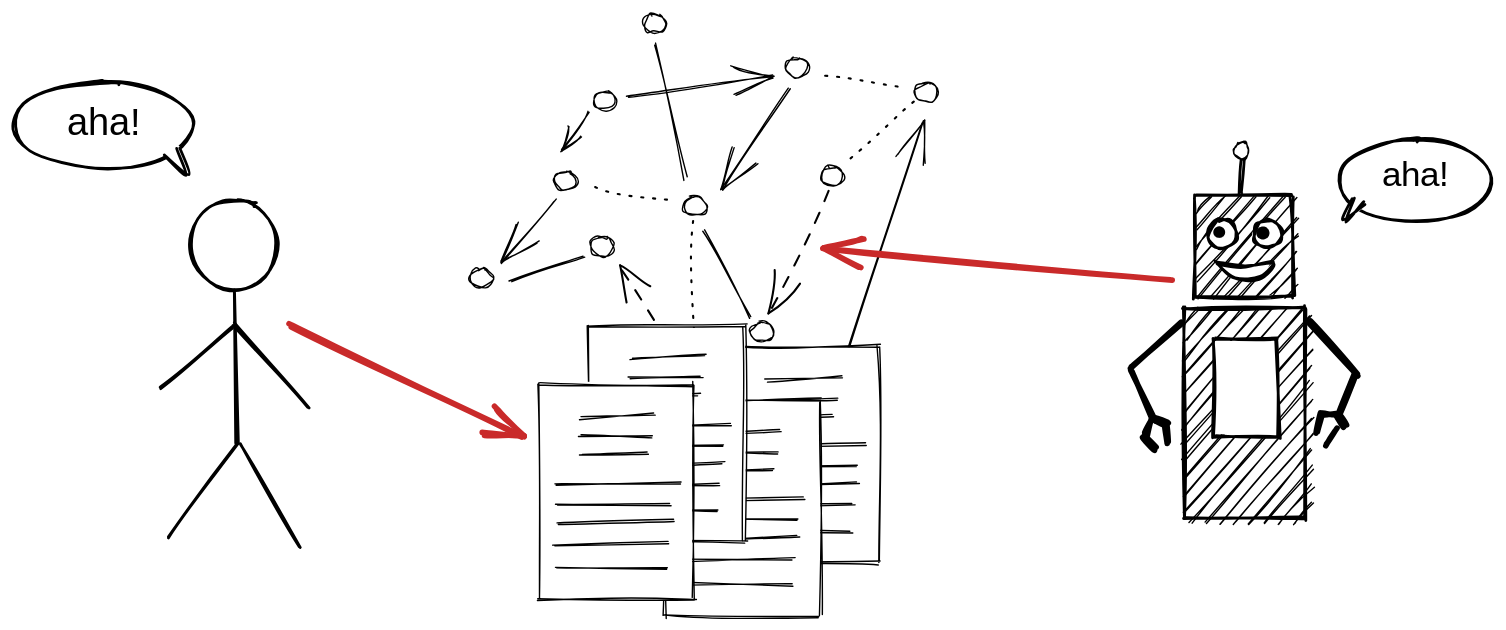
This is person-articles-bot.svg from knowledgepixels/images, a Excalidraw export, as it was before one commit. Source tidied: one line per element, renumbered; positions are measured from the earlier drawing's top-left corner, leaving out a move shared by most shapes.
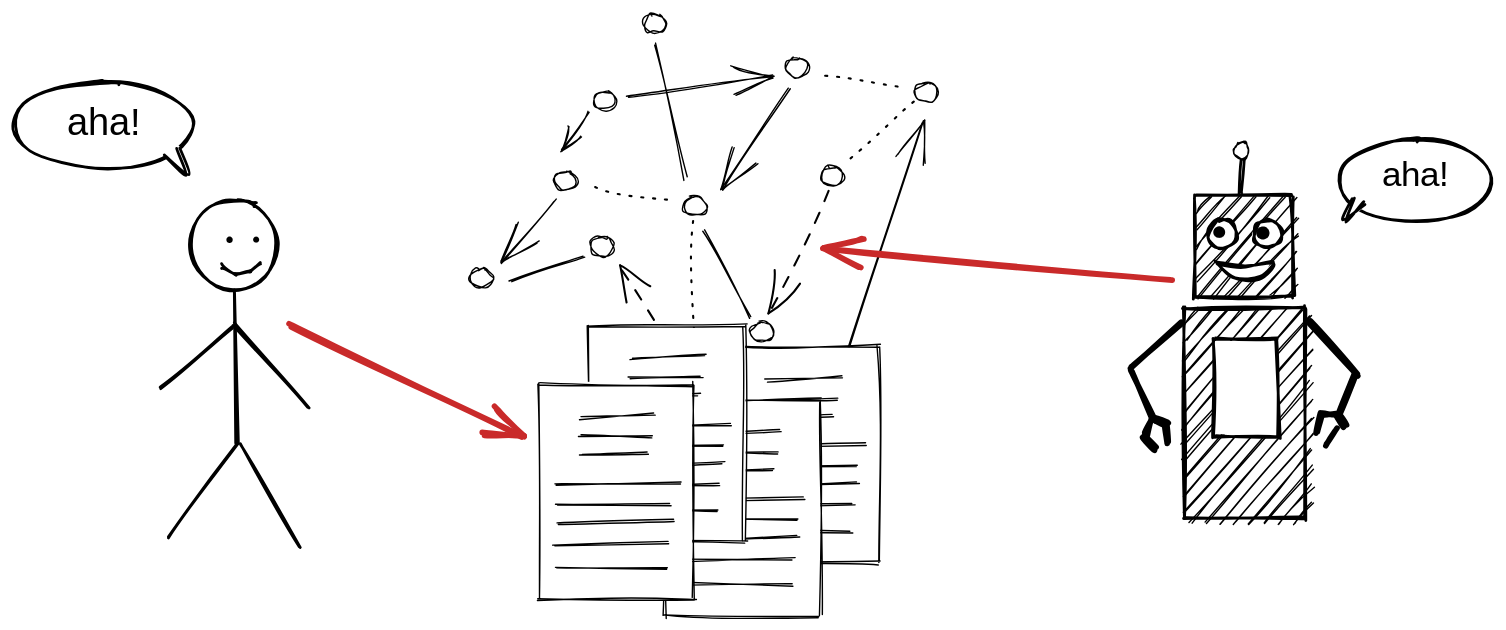
Above is the later version.

Diff of the diagram source:
```diff
@@ -98,3 +98,8 @@
 {"id": 97, "type": "line", "strokeColor": "#000000", "backgroundColor": "#ffffff", "fillStyle": "solid", "strokeWidth": 2, "roughness": 1, "x": 157, "y": 222, "width": 53, "height": 59, "points": [[0, 0], [53, 59]]}
 {"id": 98, "type": "arrow", "strokeColor": "#c92a2a", "backgroundColor": "#ffffff", "fillStyle": "solid", "strokeWidth": 4, "roughness": 1, "endArrowhead": "arrow", "to": 53, "x": 196, "y": 222, "width": 168, "height": 81, "points": [[0, 0], [168, 81]]}
 {"id": 99, "type": "arrow", "strokeColor": "#c92a2a", "backgroundColor": "#ffffff", "fillStyle": "solid", "strokeWidth": 4, "roughness": 1, "endArrowhead": "arrow", "from": 71, "x": 828, "y": 190, "width": 250, "height": 22, "points": [[0, 0], [-250, -22]]}
+{"id": 100, "type": "line", "strokeColor": "#000000", "strokeWidth": 2, "roughness": 2, "x": 147, "y": 179, "width": 11, "height": 7, "points": [[0, 0], [11, 7]]}
+{"id": 101, "type": "line", "strokeColor": "#000000", "strokeWidth": 2, "roughness": 1, "x": 157, "y": 186, "width": 11, "height": 2, "points": [[0, 0], [11, -2]]}
+{"id": 102, "type": "line", "strokeColor": "#000000", "strokeWidth": 2, "roughness": 1, "x": 168, "y": 184, "width": 8, "height": 6, "points": [[0, 0], [8, -6]]}
+{"id": 103, "type": "ellipse", "strokeColor": "transparent", "backgroundColor": "#000000", "fillStyle": "solid", "strokeWidth": 1, "roughness": 0, "round": true, "x": 152, "y": 159, "width": 5, "height": 5}
+{"id": 104, "type": "ellipse", "strokeColor": "transparent", "backgroundColor": "#000000", "fillStyle": "solid", "strokeWidth": 1, "roughness": 0, "round": true, "x": 171, "y": 159, "width": 4, "height": 4}
```
